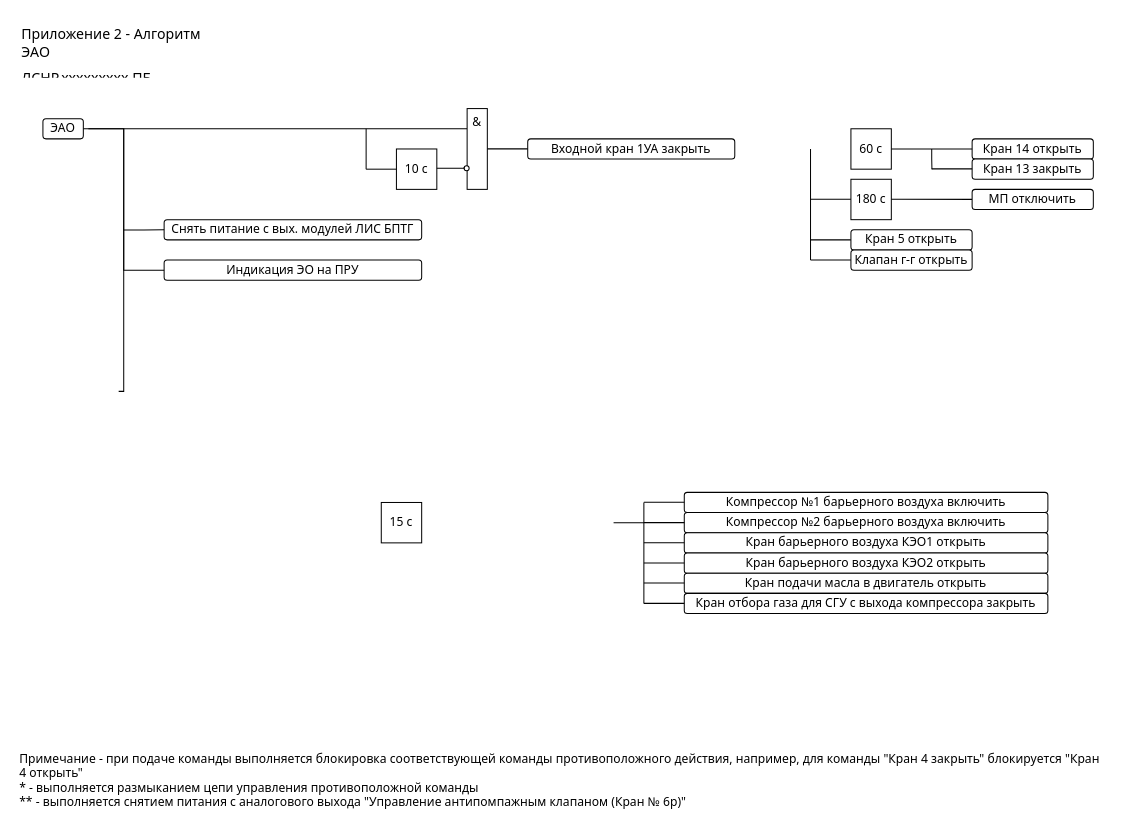
The draw.io diagram page "ЭАО последствия" (2 of 2) of Алгоритм ЭАО БПТГ.drawio in dashkova/datagrams, before the edit. Source tidied: cells renumbered, new cells numbered last; positions are measured from the earlier drawing's top-left corner, leaving out a move shared by most shapes. Both pictures are drawn from the tidied source at 101%, with x=0, y=0 at pixel (17, 27).
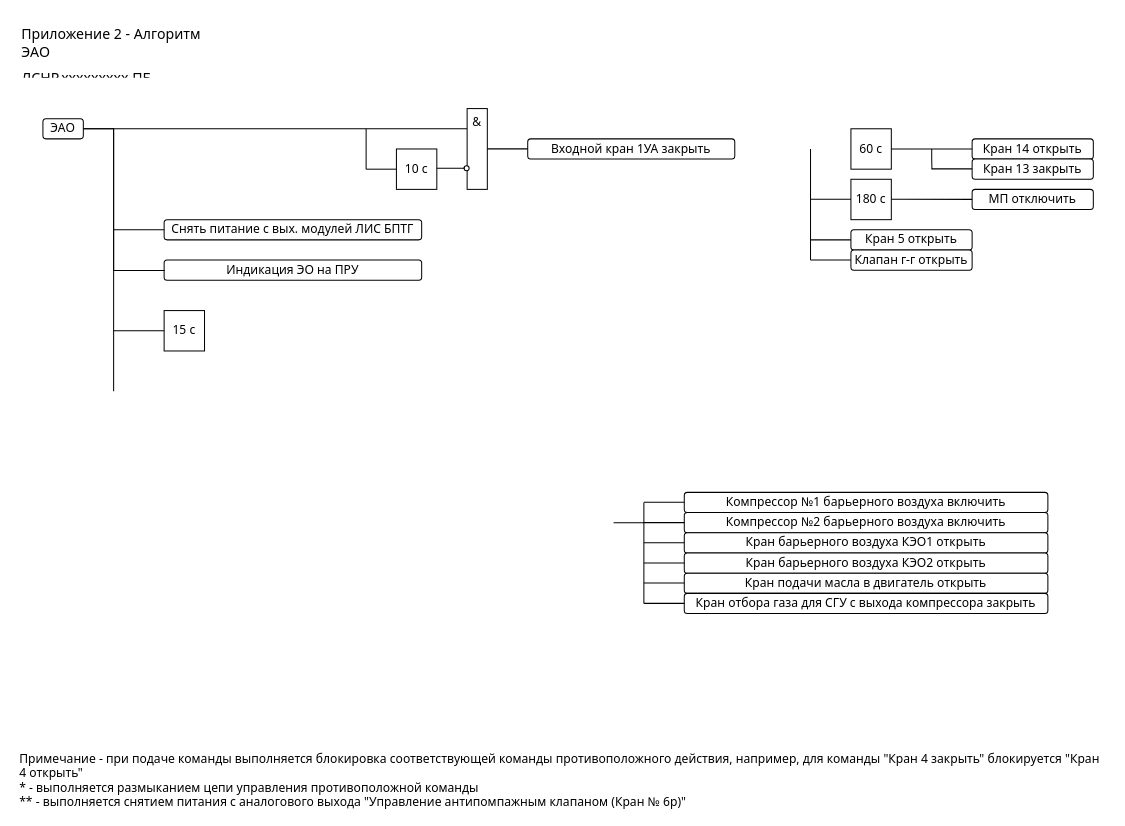
The same page after the edit.

The change refers to these unchanged cells:
```xml
<mxCell id="47" value="Индикация ЭО на ПРУ" style="whiteSpace=wrap;html=1;rounded=1;fontFamily=Tahoma;" parent="1" vertex="1">
  <mxGeometry x="145" y="230" width="255" height="20" as="geometry" />
</mxCell>
```

Change to the diagram source:
```diff
@@
     <mxCell id="6" style="edgeStyle=orthogonalEdgeStyle;rounded=0;orthogonalLoop=1;jettySize=auto;html=1;endArrow=none;endFill=0;fontFamily=Tahoma;" parent="1" edge="1">
       <mxGeometry relative="1" as="geometry">
-        <mxPoint x="105" y="200.2" as="sourcePoint" />
+        <mxPoint x="95" y="200" as="sourcePoint" />
         <mxPoint x="145" y="200" as="targetPoint" />
         <Array as="points">
           <mxPoint x="125" y="200.2" />
           <mxPoint x="125" y="200.2" />
         </Array>
       </mxGeometry>
     </mxCell>
     <mxCell id="7" style="edgeStyle=orthogonalEdgeStyle;rounded=0;orthogonalLoop=1;jettySize=auto;html=1;endArrow=none;endFill=0;fontFamily=Tahoma;" parent="1" edge="1">
       <mxGeometry relative="1" as="geometry">
-        <mxPoint x="105" y="100" as="sourcePoint" />
-        <mxPoint x="100" y="360" as="targetPoint" />
+        <mxPoint x="95" y="100" as="sourcePoint" />
+        <mxPoint x="95" y="360" as="targetPoint" />
         <Array as="points">
-          <mxPoint x="105" y="220" />
-          <mxPoint x="105" y="220" />
+          <mxPoint x="95" y="220" />
+          <mxPoint x="95" y="220" />
         </Array>
       </mxGeometry>
     </mxCell>
@@
     <mxCell id="9" value="15 с" style="whiteSpace=wrap;html=1;rounded=0;fontFamily=Tahoma;" parent="1" vertex="1">
-      <mxGeometry x="360" y="470" width="40" height="40" as="geometry" />
+      <mxGeometry x="145" y="280" width="40" height="40" as="geometry" />
     </mxCell>
@@
-    <mxCell id="48" style="edgeStyle=orthogonalEdgeStyle;rounded=0;jettySize=auto;html=1;endArrow=none;endFill=0;fontFamily=Tahoma;entryX=0;entryY=0.5;entryDx=0;entryDy=0;exitX=1;exitY=0.5;exitDx=0;exitDy=0;" parent="1" edge="1" target="47">
+    <mxCell id="48" style="edgeStyle=orthogonalEdgeStyle;rounded=0;jettySize=auto;html=1;endArrow=none;endFill=0;fontFamily=Tahoma;exitX=1;exitY=0.5;exitDx=0;exitDy=0;entryX=0.002;entryY=0.513;entryDx=0;entryDy=0;entryPerimeter=0;" parent="1" edge="1" target="47">
       <mxGeometry relative="1" as="geometry">
-        <mxPoint x="70" y="100" as="sourcePoint" />
+        <mxPoint x="65" y="100" as="sourcePoint" />
         <Array as="points">
-          <mxPoint x="105" y="100" />
-          <mxPoint x="105" y="240" />
+          <mxPoint x="95" y="100" />
+          <mxPoint x="95" y="240" />
         </Array>
       </mxGeometry>
     </mxCell>
+    <mxCell id="49" style="edgeStyle=orthogonalEdgeStyle;rounded=0;orthogonalLoop=1;jettySize=auto;html=1;endArrow=none;endFill=0;fontFamily=Tahoma;" parent="1" edge="1">
+      <mxGeometry relative="1" as="geometry">
+        <mxPoint x="95" y="299.9" as="sourcePoint" />
+        <mxPoint x="145" y="299.9" as="targetPoint" />
+        <Array as="points">
+          <mxPoint x="125" y="300.1" />
+          <mxPoint x="125" y="300.1" />
+        </Array>
+      </mxGeometry>
+    </mxCell>
```
